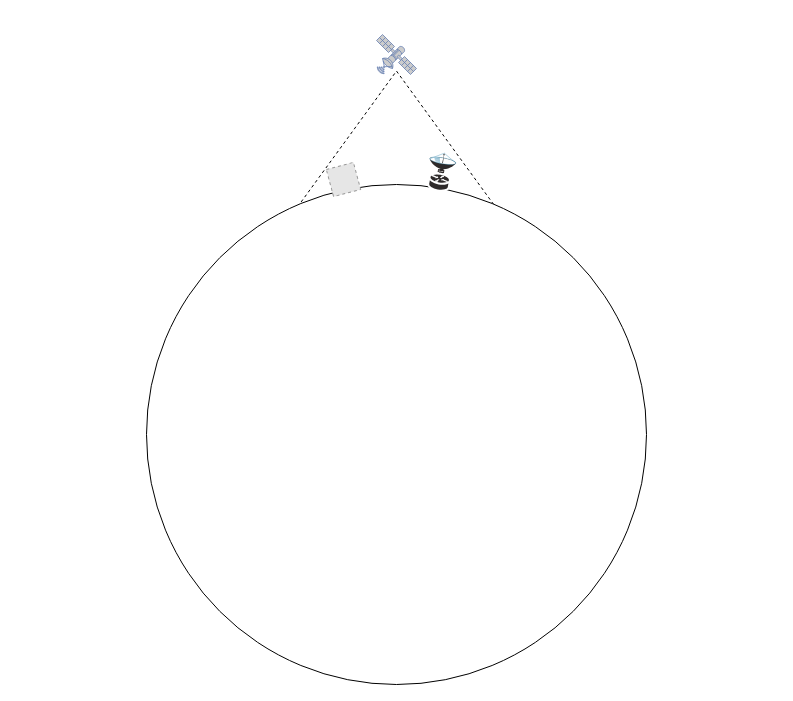
This is Topology scenario 1.drawio from Mast3rwaf1z/p4, a draw.io file, before an edit. Source tidied: cells renumbered, new cells numbered last; positions are measured from the earlier drawing's top-left corner, leaving out a move shared by most shapes. Both pictures are drawn from the tidied source at 100%, with x=0, y=0 at pixel (146, 34). Pictures stored in the file or linked from it are replaced by grey dashed boxes.
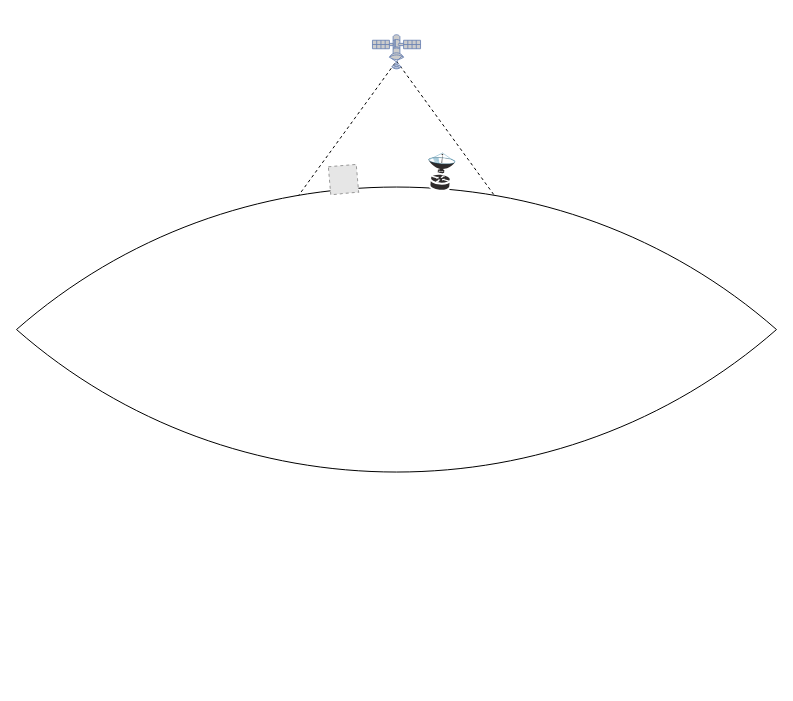
The same page after the edit.

Change to the diagram source:
```diff
@@
 <mxGraphModel>
   <root>
     <mxCell id="0" />
     <mxCell id="1" parent="0" />
     <mxCell id="2" style="triangle;whiteSpace=wrap;html=1;fillColor=none;dashed=1;rotation=-90;" parent="1" vertex="1">
-      <mxGeometry x="170" width="160" height="233.1" as="geometry" />
+      <mxGeometry x="170" y="-10" width="160" height="233.1" as="geometry" />
     </mxCell>
-    <mxCell id="3" style="ellipse;whiteSpace=wrap;html=1;" parent="1" vertex="1">
-      <mxGeometry y="150" width="500" height="500" as="geometry" />
-    </mxCell>
+    <mxCell id="7" style="whiteSpace=wrap;html=1;shape=mxgraph.basic.pointed_oval;fillColor=default;rotation=-90;" parent="1" vertex="1">
+      <mxGeometry x="60" y="-85" width="380" height="760" as="geometry" />
+    </mxCell>
-    <mxCell id="4" style="fontColor=#0066CC;verticalAlign=top;verticalLabelPosition=bottom;labelPosition=center;align=center;html=1;fillColor=#CCCCCC;strokeColor=#6881B3;gradientColor=none;gradientDirection=north;strokeWidth=2;shape=mxgraph.networks.satellite;" parent="1" vertex="1">
-      <mxGeometry x="230" width="40" height="40" as="geometry" />
+    <mxCell id="4" style="fontColor=#0066CC;verticalAlign=top;verticalLabelPosition=bottom;labelPosition=center;align=center;html=1;fillColor=#CCCCCC;strokeColor=#6881B3;gradientColor=none;gradientDirection=north;strokeWidth=2;shape=mxgraph.networks.satellite;rotation=-45;" parent="1" vertex="1">
+      <mxGeometry x="230" y="-10" width="40" height="40" as="geometry" />
     </mxCell>
-    <mxCell id="5" style="fillColor=#E6E6E6;strokeColor=#999999;dashed=1;html=1;verticalAlign=top;verticalLabelPosition=bottom;labelBackgroundColor=#ffffff;rotation=-15;" parent="1" vertex="1">
+    <mxCell id="5" style="fillColor=#E6E6E6;strokeColor=#999999;dashed=1;html=1;verticalAlign=top;verticalLabelPosition=bottom;labelBackgroundColor=#ffffff;rotation=-5;" parent="1" vertex="1">
       <mxGeometry x="183" y="131" width="28" height="28" as="geometry" />
     </mxCell>
-    <mxCell id="6" style="shape=mxgraph.cisco.wireless.ground_terminal;html=1;dashed=0;fillColor=#2E2A2A;strokeColor=#ffffff;strokeWidth=2;verticalLabelPosition=bottom;verticalAlign=top;align=center;rotation=-80;direction=south;" parent="1" vertex="1">
+    <mxCell id="6" style="shape=mxgraph.cisco.wireless.ground_terminal;html=1;dashed=0;fillColor=#2E2A2A;strokeColor=#ffffff;strokeWidth=2;verticalLabelPosition=bottom;verticalAlign=top;align=center;rotation=-85.4;direction=south;" parent="1" vertex="1">
       <mxGeometry x="275" y="123.5" width="39" height="26.5" as="geometry" />
     </mxCell>
   </root>
 </mxGraphModel>
```
